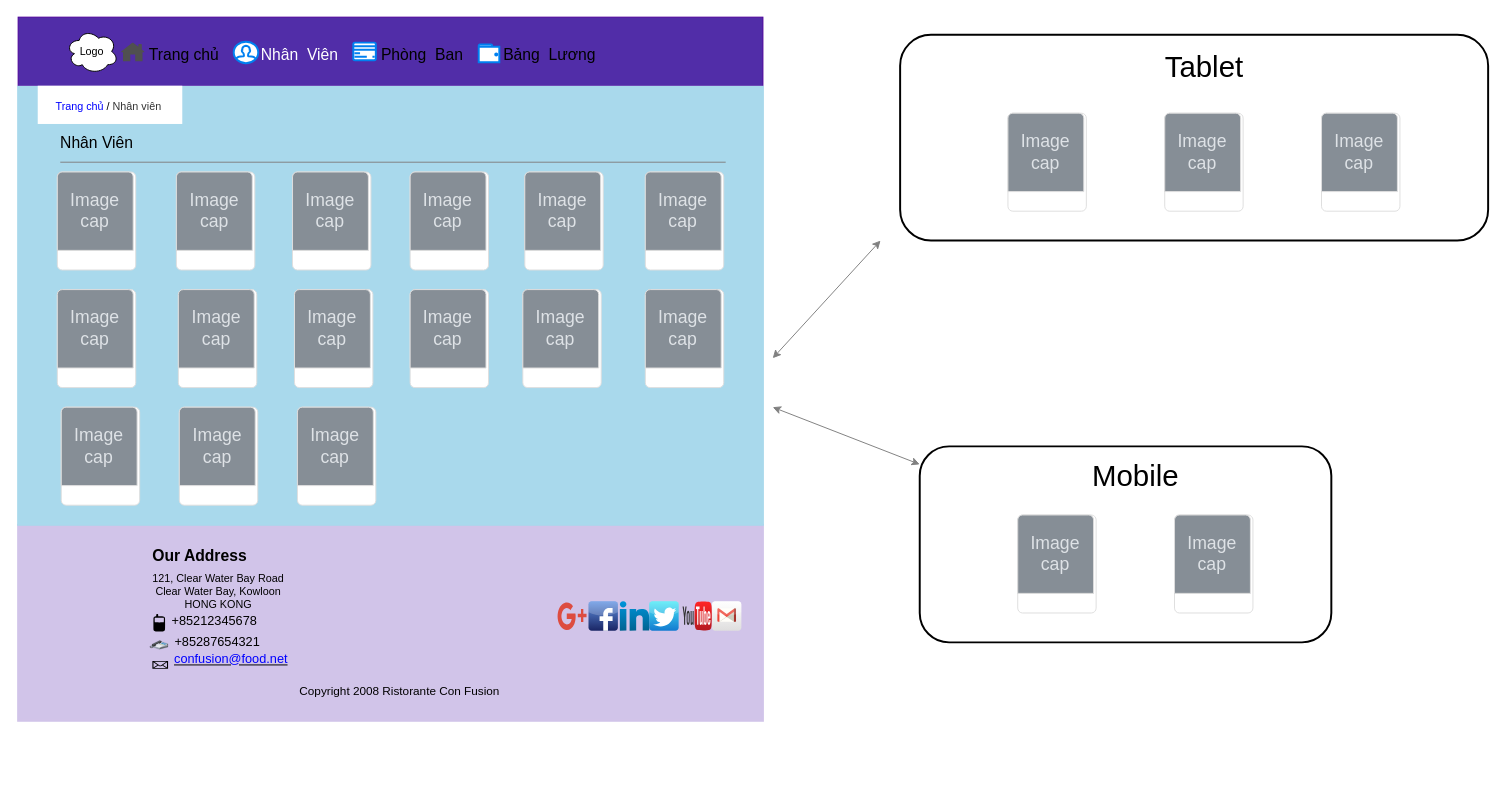
Earlier version of the draw.io diagram page "ページ2" (2 of 5) of asm2.drawio (camhang190497/FUNIX-ASSIGNMENT). Source tidied: cells renumbered, new cells numbered last; positions are measured from the earlier drawing's top-left corner, leaving out a move shared by most shapes. Both pictures are drawn from the tidied source at 98%, with x=0, y=0 at pixel (18, 17).
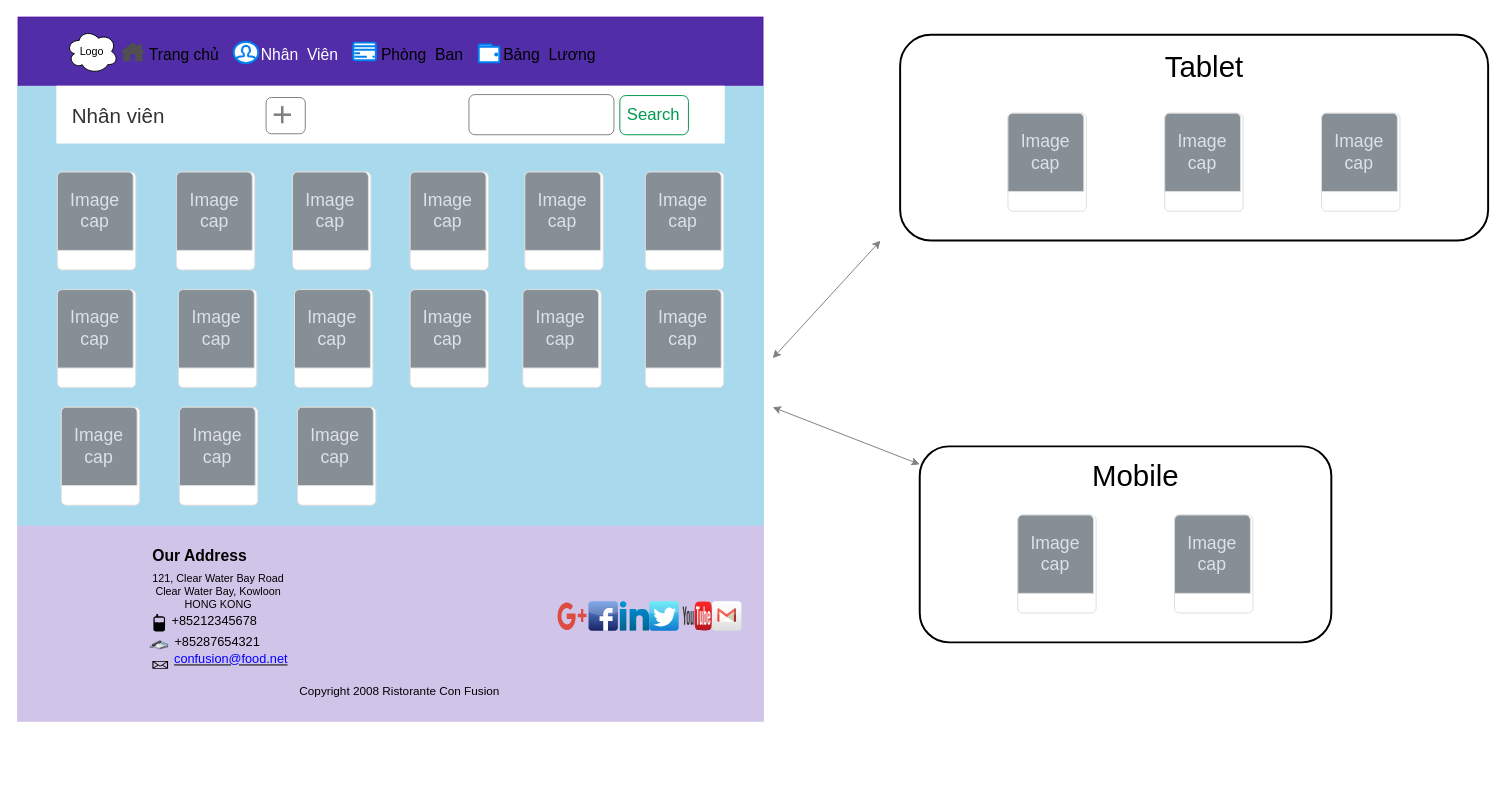
After the change.

Change to the diagram source:
```diff
@@
-    <mxCell id="27" style="whiteSpace=wrap;html=1;fontSize=16;fontColor=#000000;strokeWidth=2;fillColor=#A9D9EC;strokeColor=#A9D9EC;" parent="1" vertex="1">
+    <mxCell id="27" style="whiteSpace=wrap;html=1;fontSize=16;fontColor=#00994D;strokeWidth=2;fillColor=#A9D9EC;strokeColor=#A9D9EC;" parent="1" vertex="1">
       <mxGeometry y="71" width="760" height="447" as="geometry" />
     </mxCell>
@@
     <mxCell id="30" style="whiteSpace=wrap;html=1;fontSize=16;strokeWidth=2;strokeColor=#FFFFFF;" parent="1" vertex="1">
-      <mxGeometry x="21" y="71" width="145.5" height="37" as="geometry" />
+      <mxGeometry x="40" y="71" width="680" height="57" as="geometry" />
     </mxCell>
-    <mxCell id="31" value="&lt;font style=&quot;font-size: 11px&quot; color=&quot;#0000ff&quot;&gt;Trang chủ&lt;/font&gt;&lt;font color=&quot;#000000&quot; style=&quot;font-size: 11px&quot;&gt; /&lt;/font&gt;&lt;font style=&quot;font-size: 11px&quot; color=&quot;#333333&quot;&gt; Nhân viên&lt;/font&gt;" style="text;html=1;align=center;verticalAlign=middle;fillColor=none;strokeColor=none;fontSize=16;fontColor=#FFFFFF;spacingBottom=1;" parent="1" vertex="1">
-      <mxGeometry x="32" y="74.5" width="120" height="30" as="geometry" />
+    <mxCell id="31" value="&lt;font style=&quot;font-size: 21px;&quot; color=&quot;#333333&quot;&gt;Nhân viên&lt;/font&gt;" style="text;html=1;align=center;verticalAlign=middle;fillColor=none;strokeColor=none;fontSize=21;fontColor=#FFFFFF;spacingBottom=1;" parent="1" vertex="1">
+      <mxGeometry x="47" y="85" width="110" height="30" as="geometry" />
     </mxCell>
-    <mxCell id="32" value="&lt;font color=&quot;#000000&quot;&gt;Nhân Viên&lt;/font&gt;" style="text;html=1;align=center;verticalAlign=middle;fillColor=none;strokeColor=none;fontSize=16;fontColor=#FFFFFF;" parent="1" vertex="1">
-      <mxGeometry x="35" y="118" width="90" height="20" as="geometry" />
-    </mxCell>
-    <mxCell id="33" style="endArrow=none;html=1;fontSize=27;fontColor=#333333;strokeColor=#808080;" parent="1" edge="1">
-      <mxGeometry relative="1" as="geometry">
-        <mxPoint x="43" y="148" as="sourcePoint" />
-        <mxPoint x="722" y="148" as="targetPoint" />
-      </mxGeometry>
-    </mxCell>
@@
+    <mxCell id="80" value="+" style="rounded=1;whiteSpace=wrap;html=1;fontSize=36;align=center;verticalAlign=bottom;spacing=2;labelPosition=center;verticalLabelPosition=middle;horizontal=0;fontColor=#808080;fillColor=#FFFFFF;strokeColor=#808080;" parent="1" vertex="1">
+      <mxGeometry x="253" y="82" width="40" height="37" as="geometry" />
+    </mxCell>
+    <mxCell id="81" style="rounded=1;whiteSpace=wrap;html=1;labelBackgroundColor=default;fontSize=43;fontColor=#808080;strokeColor=#808080;fillColor=#FFFFFF;" parent="1" vertex="1">
+      <mxGeometry x="460" y="79" width="148" height="41" as="geometry" />
+    </mxCell>
+    <mxCell id="82" style="rounded=1;whiteSpace=wrap;html=1;labelBackgroundColor=#00994D;fontSize=43;fontColor=#808080;strokeColor=#00994D;fillColor=#FFFFFF;" parent="1" vertex="1">
+      <mxGeometry x="614" y="80" width="70" height="40" as="geometry" />
+    </mxCell>
+    <mxCell id="83" value="Search" style="text;html=1;align=center;verticalAlign=middle;fillColor=none;strokeColor=none;rounded=0;labelBackgroundColor=default;fontSize=17;fontColor=#00994D;" parent="1" vertex="1">
+      <mxGeometry x="613" y="84.5" width="70" height="30" as="geometry" />
+    </mxCell>
```
